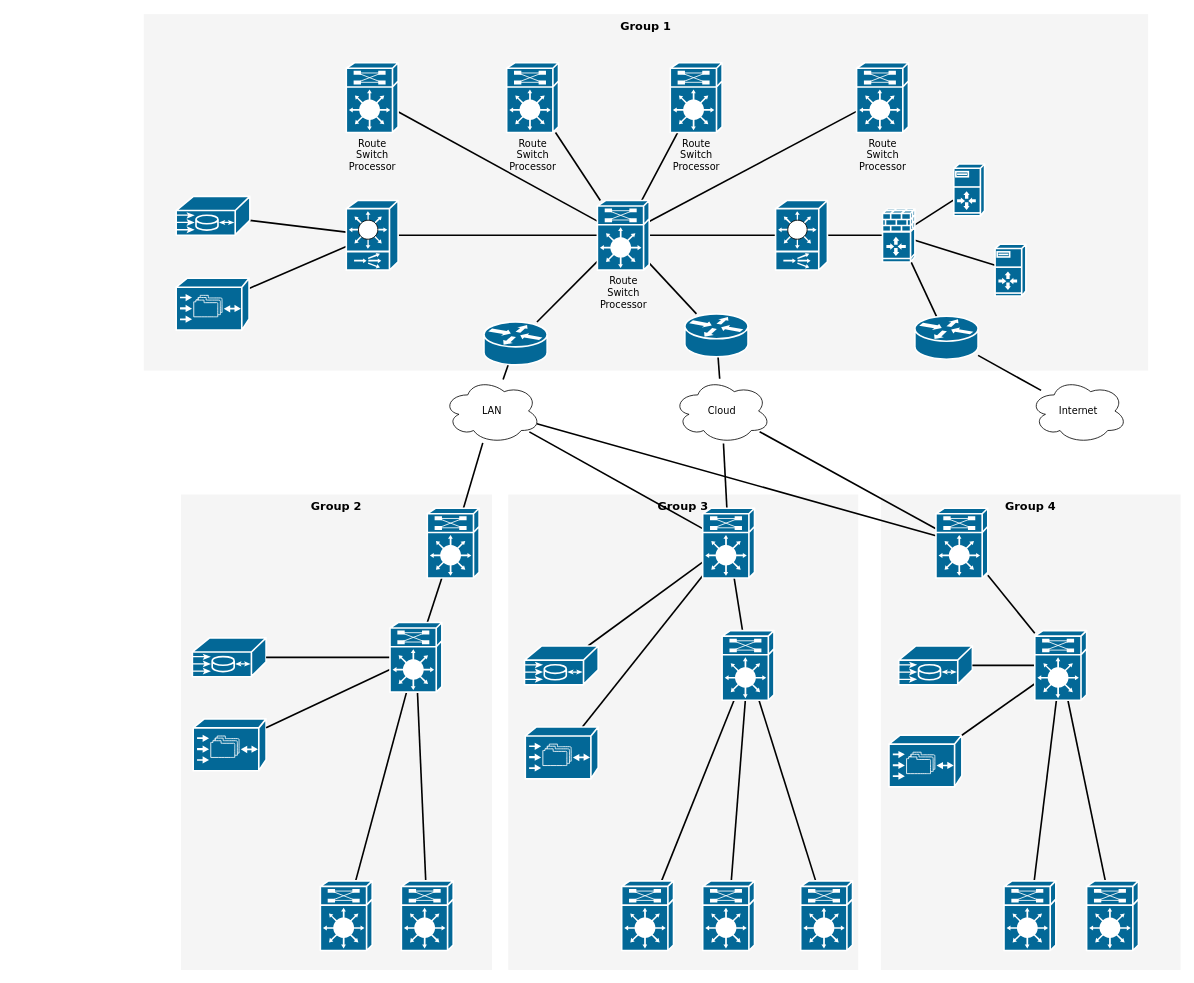
This is 优钱/Untitled Diagram.drawio from atcogit/diagrams, a draw.io file, before an edit. Source tidied: cells renumbered, new cells numbered last; positions are measured from the earlier drawing's top-left corner, leaving out a move shared by most shapes. Both pictures are drawn from the tidied source at 81%, with x=0, y=0 at pixel (143, 14).
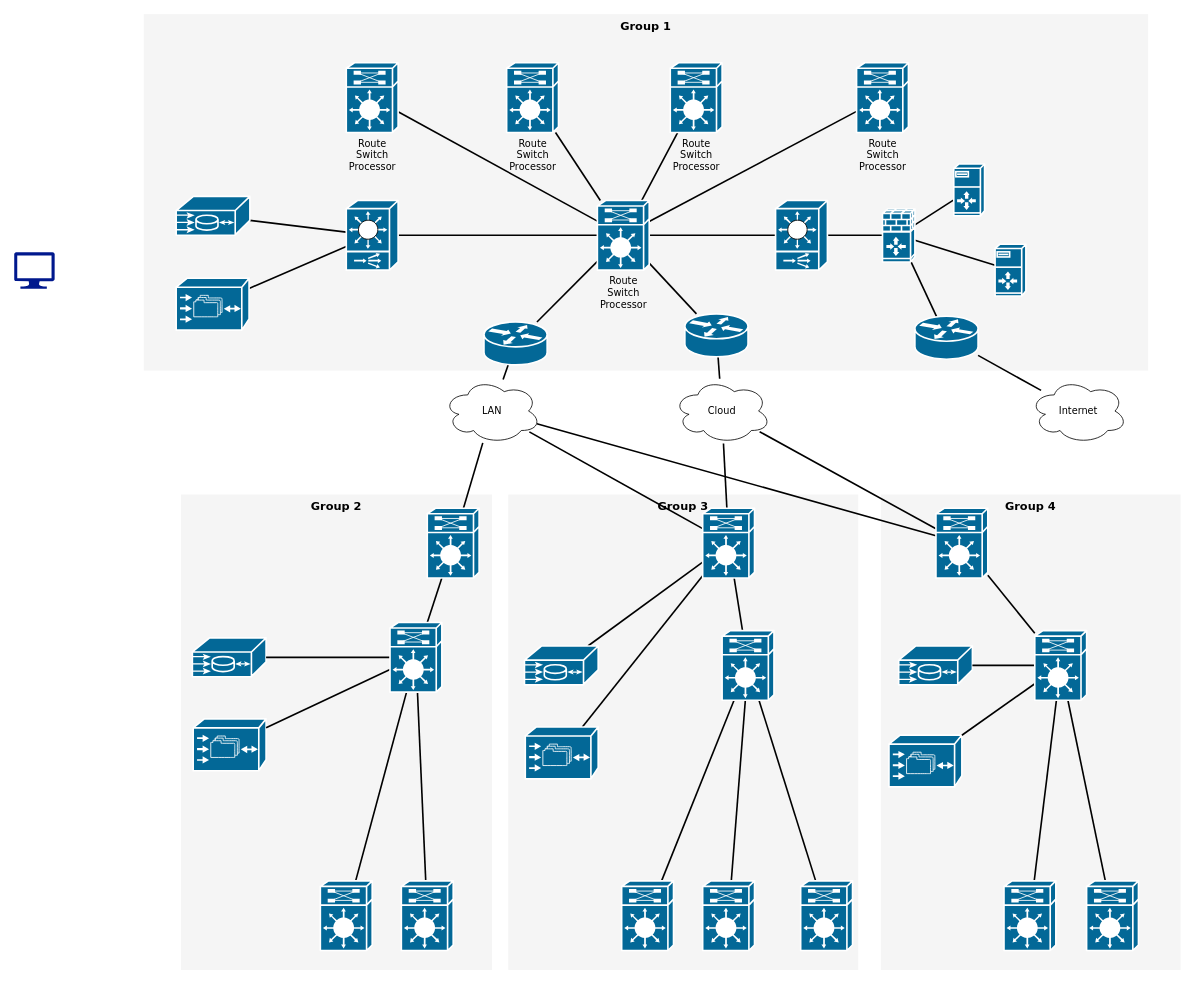
The same diagram, later.

What changed in the source:
```diff
@@
+    <mxCell id="81" style="sketch=0;shadow=0;dashed=0;html=1;strokeColor=none;labelPosition=center;verticalLabelPosition=bottom;verticalAlign=top;align=center;fillColor=#00188D;shape=mxgraph.azure.computer;" parent="1" vertex="1">
+      <mxGeometry x="-160" y="294" width="50" height="45" as="geometry" />
+    </mxCell>
```
